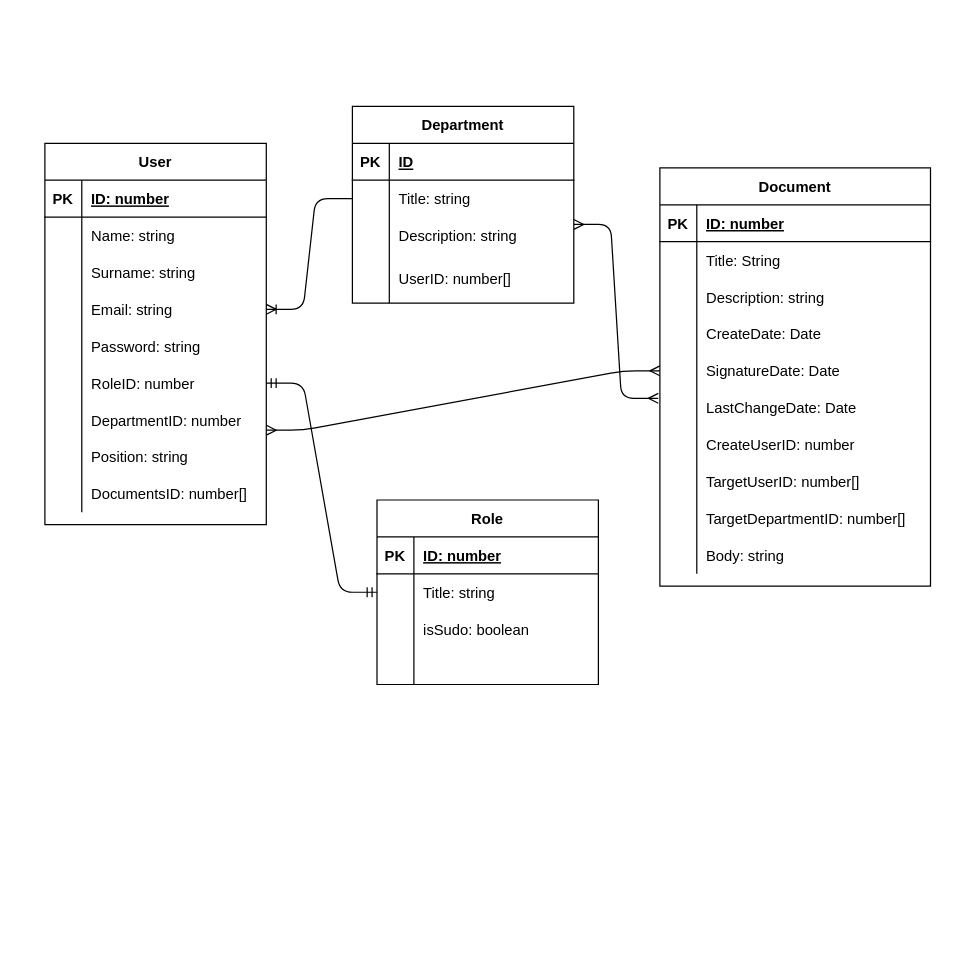
oneyan1/web-signature-nest keeps this draw.io diagram as signature.drawio. Above is the earlier version. Source tidied: cells renumbered, new cells numbered last; positions are measured from the earlier drawing's top-left corner, leaving out a move shared by most shapes. Both pictures are drawn from the tidied source at 123%, with x=0, y=0 at pixel (44, 106).
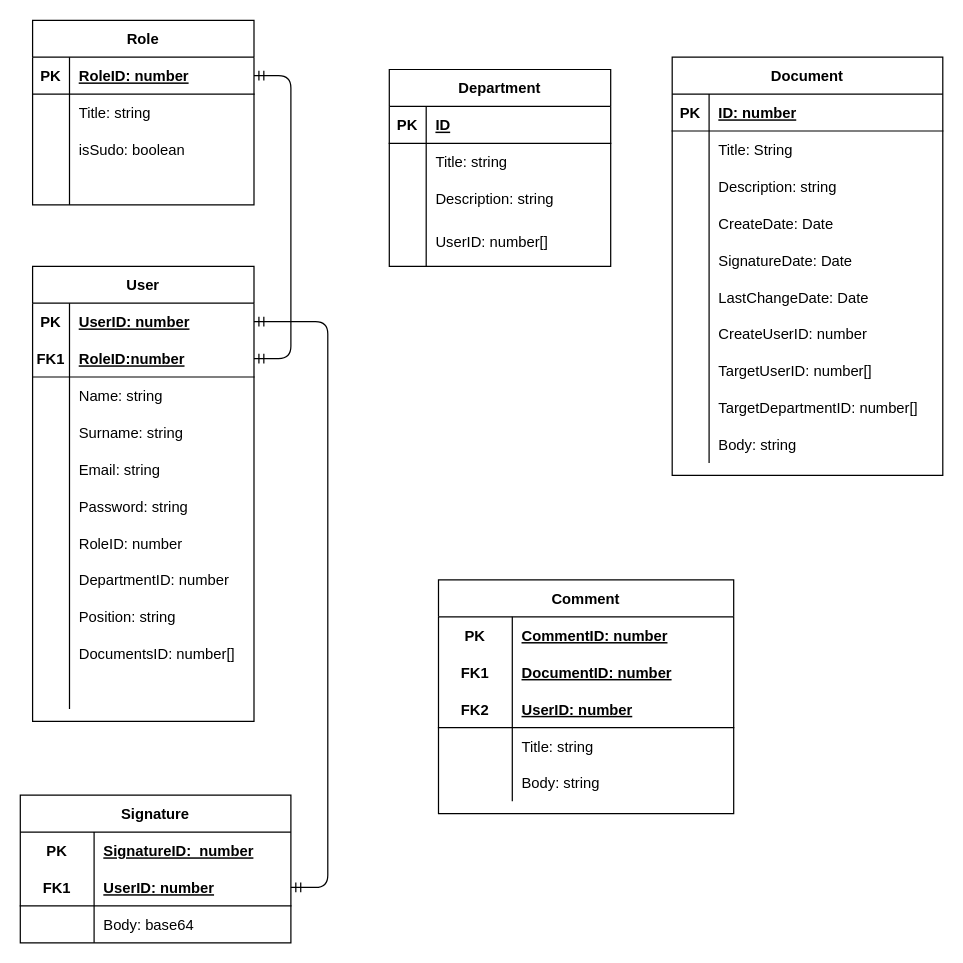
The same page after the edit.

Unchanged cells that the change refers to:
```xml
<mxCell id="34" style="shape=partialRectangle;fillColor=none;top=0;left=0;bottom=0;right=0;points=[[0,0.5],[1,0.5]];portConstraint=eastwest;" parent="30" vertex="1">
  <mxGeometry y="60" width="180" height="30" as="geometry" />
</mxCell>
<mxCell id="57" style="shape=partialRectangle;fillColor=none;top=0;left=0;bottom=0;right=0;points=[[0,0.5],[1,0.5]];portConstraint=eastwest;" parent="44" vertex="1">
  <mxGeometry y="150" width="220" height="30" as="geometry" />
</mxCell>
<mxCell id="60" style="shape=partialRectangle;fillColor=none;top=0;left=0;bottom=0;right=0;points=[[0,0.5],[1,0.5]];portConstraint=eastwest;" parent="44" vertex="1">
  <mxGeometry y="180" width="220" height="30" as="geometry" />
</mxCell>
<mxCell id="76" style="shape=partialRectangle;fillColor=none;top=0;left=0;bottom=1;right=0;points=[[0,0.5],[1,0.5]];portConstraint=eastwest;" parent="75" vertex="1">
  <mxGeometry y="30" width="180" height="30" as="geometry" />
</mxCell>
```

Diff of the diagram source:
```diff
@@
     <mxCell id="2" value="User" style="shape=table;startSize=30;childLayout=tableLayout;rowLines=0;fontStyle=1;align=center;" parent="1" vertex="1">
-      <mxGeometry y="30" width="180" height="310" as="geometry" />
+      <mxGeometry x="-10" y="130" width="180" height="370" as="geometry" />
     </mxCell>
+    <mxCell id="91" style="shape=partialRectangle;fillColor=none;top=0;left=0;bottom=0;right=0;points=[[0,0.5],[1,0.5]];portConstraint=eastwest;" parent="2" vertex="1">
+      <mxGeometry y="30" width="180" height="30" as="geometry" />
+    </mxCell>
+    <mxCell id="92" value="PK" style="shape=partialRectangle;fillColor=none;top=0;left=0;bottom=0;right=0;overflow=hidden;fontStyle=1;" parent="91" vertex="1">
+      <mxGeometry width="30" height="30" as="geometry" />
+    </mxCell>
+    <mxCell id="93" value="UserID: number" style="shape=partialRectangle;fillColor=none;top=0;left=0;bottom=0;right=0;align=left;spacingLeft=6;overflow=hidden;fontStyle=5;" parent="91" vertex="1">
+      <mxGeometry x="30" width="150" height="30" as="geometry" />
+    </mxCell>
     <mxCell id="3" style="shape=partialRectangle;fillColor=none;top=0;left=0;bottom=1;right=0;points=[[0,0.5],[1,0.5]];portConstraint=eastwest;" parent="2" vertex="1">
-      <mxGeometry y="30" width="180" height="30" as="geometry" />
+      <mxGeometry y="60" width="180" height="30" as="geometry" />
     </mxCell>
-    <mxCell id="4" value="PK" style="shape=partialRectangle;fillColor=none;top=0;left=0;bottom=0;right=0;fontStyle=1;overflow=hidden;" parent="3" vertex="1">
+    <mxCell id="4" value="FK1" style="shape=partialRectangle;fillColor=none;top=0;left=0;bottom=0;right=0;fontStyle=1;overflow=hidden;" parent="3" vertex="1">
       <mxGeometry width="30" height="30" as="geometry" />
     </mxCell>
-    <mxCell id="5" value="ID: number" style="shape=partialRectangle;fillColor=none;top=0;left=0;bottom=0;right=0;align=left;spacingLeft=6;fontStyle=5;overflow=hidden;" parent="3" vertex="1">
+    <mxCell id="5" value="RoleID:number" style="shape=partialRectangle;fillColor=none;top=0;left=0;bottom=0;right=0;align=left;spacingLeft=6;fontStyle=5;overflow=hidden;" parent="3" vertex="1">
       <mxGeometry x="30" width="150" height="30" as="geometry" />
     </mxCell>
     <mxCell id="6" style="shape=partialRectangle;fillColor=none;top=0;left=0;bottom=0;right=0;" parent="2" vertex="1">
-      <mxGeometry y="60" width="180" height="30" as="geometry" />
+      <mxGeometry y="90" width="180" height="30" as="geometry" />
     </mxCell>
@@
     <mxCell id="9" style="shape=partialRectangle;fillColor=none;top=0;left=0;bottom=0;right=0;" parent="2" vertex="1">
-      <mxGeometry y="90" width="180" height="30" as="geometry" />
+      <mxGeometry y="120" width="180" height="30" as="geometry" />
     </mxCell>
@@
     <mxCell id="12" style="shape=partialRectangle;fillColor=none;top=0;left=0;bottom=0;right=0;points=[[0,0.5],[1,0.5]];portConstraint=eastwest;" parent="2" vertex="1">
-      <mxGeometry y="120" width="180" height="30" as="geometry" />
+      <mxGeometry y="150" width="180" height="30" as="geometry" />
     </mxCell>
@@
     <mxCell id="15" style="shape=partialRectangle;fillColor=none;top=0;left=0;bottom=0;right=0;" parent="2" vertex="1">
-      <mxGeometry y="150" width="180" height="30" as="geometry" />
+      <mxGeometry y="180" width="180" height="30" as="geometry" />
     </mxCell>
@@
     <mxCell id="18" style="shape=partialRectangle;fillColor=none;top=0;left=0;bottom=0;right=0;points=[[0,0.5],[1,0.5]];portConstraint=eastwest;" parent="2" vertex="1">
-      <mxGeometry y="180" width="180" height="30" as="geometry" />
+      <mxGeometry y="210" width="180" height="30" as="geometry" />
     </mxCell>
@@
     <mxCell id="21" style="shape=partialRectangle;fillColor=none;top=0;left=0;bottom=0;right=0;points=[[0,0.5],[1,0.5]];portConstraint=eastwest;" parent="2" vertex="1">
-      <mxGeometry y="210" width="180" height="30" as="geometry" />
+      <mxGeometry y="240" width="180" height="30" as="geometry" />
     </mxCell>
@@
     <mxCell id="24" style="shape=partialRectangle;fillColor=none;top=0;left=0;bottom=0;right=0;" parent="2" vertex="1">
-      <mxGeometry y="240" width="180" height="30" as="geometry" />
+      <mxGeometry y="270" width="180" height="30" as="geometry" />
     </mxCell>
@@
     <mxCell id="27" style="shape=partialRectangle;fillColor=none;top=0;left=0;bottom=0;right=0;" parent="2" vertex="1">
-      <mxGeometry y="270" width="180" height="30" as="geometry" />
+      <mxGeometry y="300" width="180" height="30" as="geometry" />
     </mxCell>
@@
+    <mxCell id="94" style="shape=partialRectangle;fillColor=none;top=0;left=0;bottom=0;right=0;" parent="2" vertex="1">
+      <mxGeometry y="330" width="180" height="30" as="geometry" />
+    </mxCell>
+    <mxCell id="95" style="shape=partialRectangle;fillColor=none;top=0;left=0;bottom=0;right=0;overflow=hidden;" parent="94" vertex="1">
+      <mxGeometry width="30" height="30" as="geometry" />
+    </mxCell>
+    <mxCell id="96" style="shape=partialRectangle;fillColor=none;top=0;left=0;bottom=0;right=0;align=left;spacingLeft=6;overflow=hidden;" parent="94" vertex="1">
+      <mxGeometry x="30" width="150" height="30" as="geometry" />
+    </mxCell>
     <mxCell id="30" value="Department" style="shape=table;startSize=30;childLayout=tableLayout;rowLines=0;fontStyle=1;align=center;" parent="1" vertex="1">
-      <mxGeometry x="250" width="180" height="160" as="geometry" />
+      <mxGeometry x="280" y="-30" width="180" height="160" as="geometry" />
     </mxCell>
@@
-    <mxCell id="43" style="edgeStyle=entityRelationEdgeStyle;fontSize=12;html=1;endArrow=ERoneToMany;entryX=1;entryY=0.5;entryDx=0;entryDy=0;" parent="1" edge="1" source="34" target="12">
-      <mxGeometry relative="1" as="geometry" />
-    </mxCell>
     <mxCell id="44" value="Document" style="shape=table;startSize=30;childLayout=tableLayout;rowLines=0;fontStyle=1;align=center;" parent="1" vertex="1">
-      <mxGeometry x="500" y="50" width="220" height="340" as="geometry" />
+      <mxGeometry x="510" y="-40" width="220" height="340" as="geometry" />
     </mxCell>
@@
     <mxCell id="75" value="Role" style="shape=table;startSize=30;childLayout=tableLayout;rowLines=0;fontStyle=1;align=center;" parent="1" vertex="1">
-      <mxGeometry x="270" y="320" width="180" height="150" as="geometry" />
+      <mxGeometry x="-10" y="-70" width="180" height="150" as="geometry" />
     </mxCell>
@@
-    <mxCell id="78" value="ID: number" style="shape=partialRectangle;fillColor=none;top=0;left=0;bottom=0;right=0;align=left;spacingLeft=6;fontStyle=5;overflow=hidden;" parent="76" vertex="1">
+    <mxCell id="78" value="RoleID: number" style="shape=partialRectangle;fillColor=none;top=0;left=0;bottom=0;right=0;align=left;spacingLeft=6;fontStyle=5;overflow=hidden;" parent="76" vertex="1">
       <mxGeometry x="30" width="150" height="30" as="geometry" />
     </mxCell>
@@
-    <mxCell id="88" style="edgeStyle=entityRelationEdgeStyle;fontSize=12;html=1;endArrow=ERmandOne;startArrow=ERmandOne;entryX=1;entryY=0.5;entryDx=0;entryDy=0;" parent="1" edge="1" source="75" target="18">
-      <mxGeometry relative="1" as="geometry" />
-    </mxCell>
-    <mxCell id="89" style="edgeStyle=entityRelationEdgeStyle;fontSize=12;html=1;endArrow=ERmany;startArrow=ERmany;entryX=0;entryY=0.5;entryDx=0;entryDy=0;exitX=1;exitY=0.775;exitDx=0;exitDy=0;exitPerimeter=0;" parent="1" edge="1" source="21" target="57">
-      <mxGeometry relative="1" as="geometry" />
-    </mxCell>
-    <mxCell id="90" style="edgeStyle=entityRelationEdgeStyle;fontSize=12;html=1;endArrow=ERmany;startArrow=ERmany;entryX=-0.006;entryY=0.245;entryDx=0;entryDy=0;entryPerimeter=0;" parent="1" edge="1" target="60">
-      <mxGeometry relative="1" as="geometry">
-        <mxPoint x="430" y="96" as="sourcePoint" />
-      </mxGeometry>
-    </mxCell>
+    <mxCell id="97" value="Signature" style="shape=table;startSize=30;childLayout=tableLayout;rowLines=0;fontStyle=1;align=center;" parent="1" vertex="1">
+      <mxGeometry x="-20" y="560" width="220" height="120" as="geometry" />
+    </mxCell>
+    <mxCell id="98" style="shape=partialRectangle;fillColor=none;top=0;left=0;bottom=0;right=0;" parent="97" vertex="1">
+      <mxGeometry y="30" width="220" height="30" as="geometry" />
+    </mxCell>
+    <mxCell id="99" value="PK" style="shape=partialRectangle;fillColor=none;top=0;left=0;bottom=0;right=0;fontStyle=1;overflow=hidden;" parent="98" vertex="1">
+      <mxGeometry width="60" height="30" as="geometry" />
+    </mxCell>
+    <mxCell id="100" value="SignatureID:  number" style="shape=partialRectangle;fillColor=none;top=0;left=0;bottom=0;right=0;align=left;spacingLeft=6;fontStyle=5;overflow=hidden;" parent="98" vertex="1">
+      <mxGeometry x="60" width="160" height="30" as="geometry" />
+    </mxCell>
+    <mxCell id="101" style="shape=partialRectangle;fillColor=none;top=0;left=0;bottom=1;right=0;points=[[0,0.5],[1,0.5]];portConstraint=eastwest;" parent="97" vertex="1">
+      <mxGeometry y="60" width="220" height="30" as="geometry" />
+    </mxCell>
+    <mxCell id="102" value="FK1" style="shape=partialRectangle;fillColor=none;top=0;left=0;bottom=0;right=0;fontStyle=1;overflow=hidden;" parent="101" vertex="1">
+      <mxGeometry width="60" height="30" as="geometry" />
+    </mxCell>
+    <mxCell id="103" value="UserID: number" style="shape=partialRectangle;fillColor=none;top=0;left=0;bottom=0;right=0;align=left;spacingLeft=6;fontStyle=5;overflow=hidden;" parent="101" vertex="1">
+      <mxGeometry x="60" width="160" height="30" as="geometry" />
+    </mxCell>
+    <mxCell id="104" style="shape=partialRectangle;fillColor=none;top=0;left=0;bottom=0;right=0;" parent="97" vertex="1">
+      <mxGeometry y="90" width="220" height="30" as="geometry" />
+    </mxCell>
+    <mxCell id="105" style="shape=partialRectangle;fillColor=none;top=0;left=0;bottom=0;right=0;overflow=hidden;" parent="104" vertex="1">
+      <mxGeometry width="60" height="30" as="geometry" />
+    </mxCell>
+    <mxCell id="106" value="Body: base64" style="shape=partialRectangle;fillColor=none;top=0;left=0;bottom=0;right=0;align=left;spacingLeft=6;overflow=hidden;" parent="104" vertex="1">
+      <mxGeometry x="60" width="160" height="30" as="geometry" />
+    </mxCell>
+    <mxCell id="107" value="Comment" style="shape=table;startSize=30;childLayout=tableLayout;rowLines=0;fontStyle=1;align=center;" parent="1" vertex="1">
+      <mxGeometry x="320" y="385" width="240" height="190" as="geometry" />
+    </mxCell>
+    <mxCell id="108" style="shape=partialRectangle;fillColor=none;top=0;left=0;bottom=0;right=0;" parent="107" vertex="1">
+      <mxGeometry y="30" width="240" height="30" as="geometry" />
+    </mxCell>
+    <mxCell id="109" value="PK" style="shape=partialRectangle;fillColor=none;top=0;left=0;bottom=0;right=0;fontStyle=1;overflow=hidden;" parent="108" vertex="1">
+      <mxGeometry width="60" height="30" as="geometry" />
+    </mxCell>
+    <mxCell id="110" value="CommentID: number" style="shape=partialRectangle;fillColor=none;top=0;left=0;bottom=0;right=0;align=left;spacingLeft=6;fontStyle=5;overflow=hidden;" parent="108" vertex="1">
+      <mxGeometry x="60" width="180" height="30" as="geometry" />
+    </mxCell>
+    <mxCell id="111" style="shape=partialRectangle;fillColor=none;top=0;left=0;bottom=0;right=0;" parent="107" vertex="1">
+      <mxGeometry y="60" width="240" height="30" as="geometry" />
+    </mxCell>
+    <mxCell id="112" value="FK1" style="shape=partialRectangle;fillColor=none;top=0;left=0;bottom=0;right=0;overflow=hidden;fontStyle=1;" parent="111" vertex="1">
+      <mxGeometry width="60" height="30" as="geometry" />
+    </mxCell>
+    <mxCell id="113" value="DocumentID: number" style="shape=partialRectangle;fillColor=none;top=0;left=0;bottom=0;right=0;align=left;spacingLeft=6;overflow=hidden;fontStyle=5;" parent="111" vertex="1">
+      <mxGeometry x="60" width="180" height="30" as="geometry" />
+    </mxCell>
+    <mxCell id="114" style="shape=partialRectangle;fillColor=none;top=0;left=0;bottom=1;right=0;" parent="107" vertex="1">
+      <mxGeometry y="90" width="240" height="30" as="geometry" />
+    </mxCell>
+    <mxCell id="115" value="FK2" style="shape=partialRectangle;fillColor=none;top=0;left=0;bottom=0;right=0;fontStyle=1;overflow=hidden;" parent="114" vertex="1">
+      <mxGeometry width="60" height="30" as="geometry" />
+    </mxCell>
+    <mxCell id="116" value="UserID: number" style="shape=partialRectangle;fillColor=none;top=0;left=0;bottom=0;right=0;align=left;spacingLeft=6;fontStyle=5;overflow=hidden;" parent="114" vertex="1">
+      <mxGeometry x="60" width="180" height="30" as="geometry" />
+    </mxCell>
+    <mxCell id="117" style="shape=partialRectangle;fillColor=none;top=0;left=0;bottom=0;right=0;" parent="107" vertex="1">
+      <mxGeometry y="120" width="240" height="30" as="geometry" />
+    </mxCell>
+    <mxCell id="118" style="shape=partialRectangle;fillColor=none;top=0;left=0;bottom=0;right=0;overflow=hidden;" parent="117" vertex="1">
+      <mxGeometry width="60" height="30" as="geometry" />
+    </mxCell>
+    <mxCell id="119" value="Title: string" style="shape=partialRectangle;fillColor=none;top=0;left=0;bottom=0;right=0;align=left;spacingLeft=6;overflow=hidden;" parent="117" vertex="1">
+      <mxGeometry x="60" width="180" height="30" as="geometry" />
+    </mxCell>
+    <mxCell id="120" style="shape=partialRectangle;fillColor=none;top=0;left=0;bottom=0;right=0;" parent="107" vertex="1">
+      <mxGeometry y="150" width="240" height="30" as="geometry" />
+    </mxCell>
+    <mxCell id="121" style="shape=partialRectangle;fillColor=none;top=0;left=0;bottom=0;right=0;overflow=hidden;" parent="120" vertex="1">
+      <mxGeometry width="60" height="30" as="geometry" />
+    </mxCell>
+    <mxCell id="122" value="Body: string" style="shape=partialRectangle;fillColor=none;top=0;left=0;bottom=0;right=0;align=left;spacingLeft=6;overflow=hidden;" parent="120" vertex="1">
+      <mxGeometry x="60" width="180" height="30" as="geometry" />
+    </mxCell>
+    <mxCell id="123" style="edgeStyle=entityRelationEdgeStyle;fontSize=12;html=1;endArrow=ERmandOne;startArrow=ERmandOne;exitX=1;exitY=0.5;exitDx=0;exitDy=0;" parent="1" edge="1" source="91" target="101">
+      <mxGeometry relative="1" as="geometry" />
+    </mxCell>
+    <mxCell id="124" style="edgeStyle=entityRelationEdgeStyle;fontSize=12;html=1;endArrow=ERmandOne;startArrow=ERmandOne;exitX=1;exitY=0.5;exitDx=0;exitDy=0;entryX=1;entryY=0.5;entryDx=0;entryDy=0;" parent="1" edge="1" source="76" target="3">
+      <mxGeometry relative="1" as="geometry" />
+    </mxCell>
```
